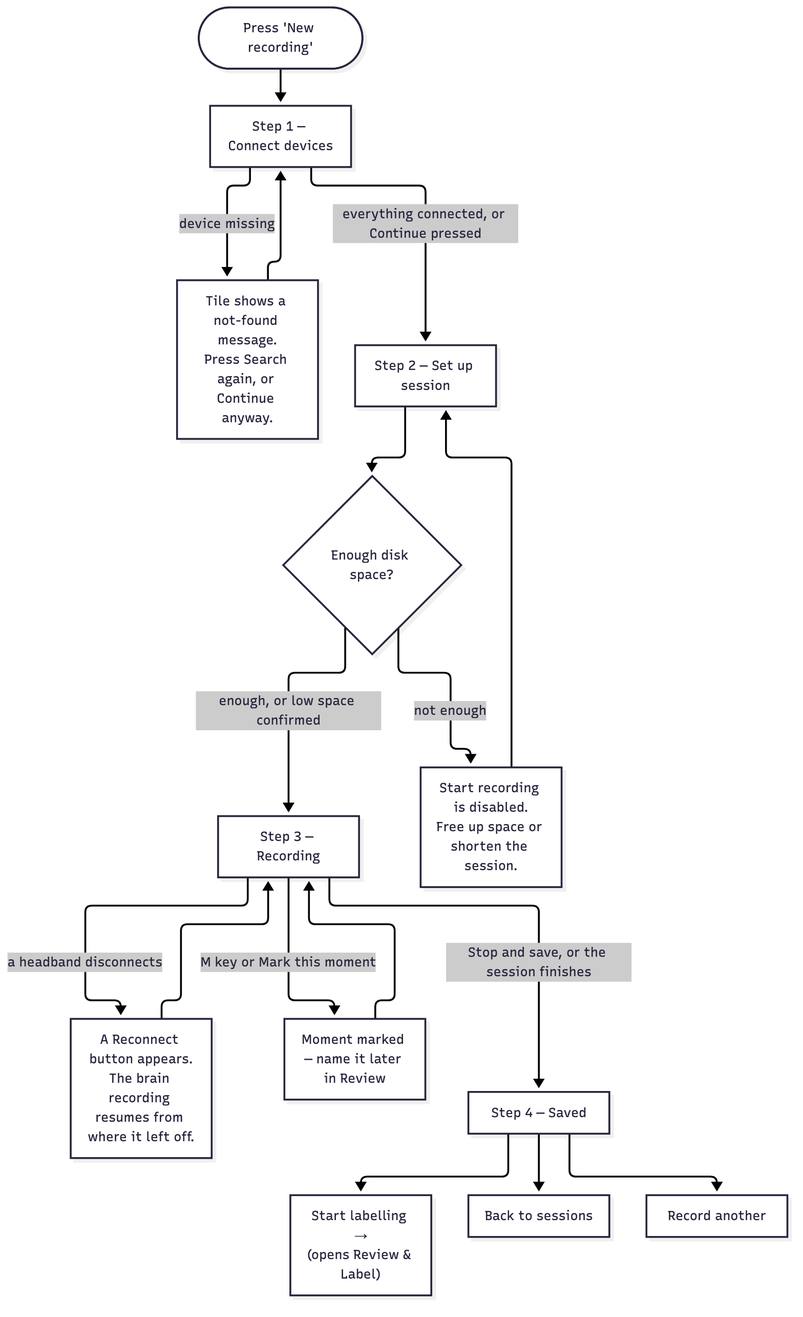
The Mermaid diagram docs/diagrams/new-recording-flow.png in mohammadabdullahkhurram/Brain-Battle-Phase-3, before a commit. Its source is kept beside it as docs/diagrams/new-recording-flow.mmd.
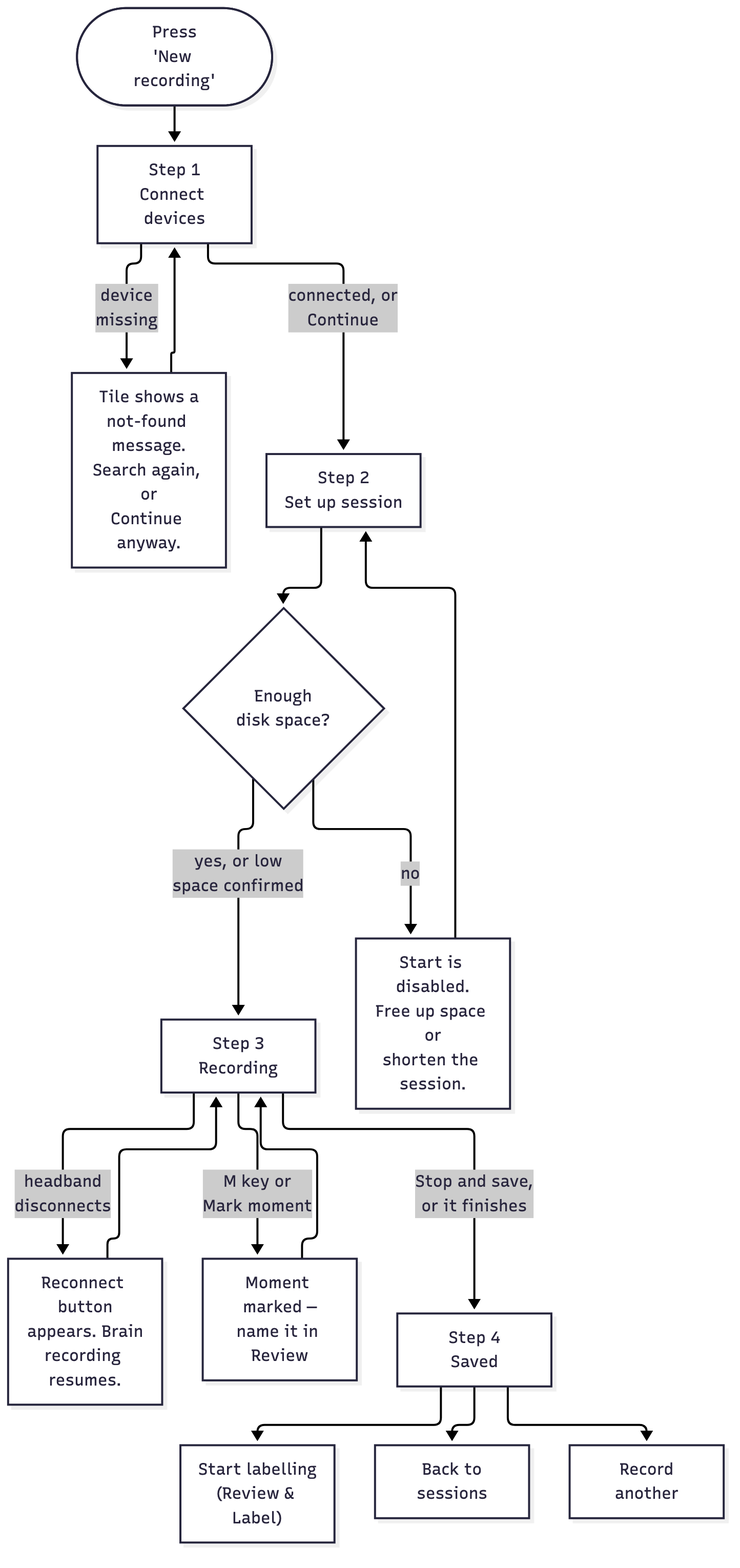
Later version of the same file.

What changed in the source:
```diff
@@ -1,17 +1,18 @@
+%%{init: {'themeVariables': {'fontSize': '16px'}}}%%
 flowchart TD
-    Start(["Press 'New recording'"]) --> Connect["Step 1 — Connect devices"]
-    Connect -->|"device missing"| ConnectWarn["Tile shows a not-found message.\nPress Search again, or Continue anyway."]
+    Start(["Press<br/>'New recording'"]) --> Connect["Step 1<br/>Connect devices"]
+    Connect -->|"device<br/>missing"| ConnectWarn["Tile shows a<br/>not-found message.<br/>Search again, or<br/>Continue anyway."]
     ConnectWarn --> Connect
-    Connect -->|"everything connected, or Continue pressed"| Setup["Step 2 — Set up session"]
-    Setup --> Disk{"Enough disk space?"}
-    Disk -->|"not enough"| DiskBlock["Start recording is disabled.\nFree up space or shorten the session."]
+    Connect -->|"connected, or<br/>Continue"| Setup["Step 2<br/>Set up session"]
+    Setup --> Disk{"Enough<br/>disk space?"}
+    Disk -->|"no"| DiskBlock["Start is disabled.<br/>Free up space or<br/>shorten the session."]
     DiskBlock --> Setup
-    Disk -->|"enough, or low space confirmed"| Record["Step 3 — Recording"]
-    Record -->|"a headband disconnects"| Reconnect["A Reconnect button appears.\nThe brain recording resumes from where it left off."]
+    Disk -->|"yes, or low<br/>space confirmed"| Record["Step 3<br/>Recording"]
+    Record -->|"headband<br/>disconnects"| Reconnect["Reconnect button<br/>appears. Brain<br/>recording resumes."]
     Reconnect --> Record
-    Record -->|"M key or Mark this moment"| Moment["Moment marked — name it later in Review"]
+    Record -->|"M key or<br/>Mark moment"| Moment["Moment marked —<br/>name it in Review"]
     Moment --> Record
-    Record -->|"Stop and save, or the session finishes"| Saved["Step 4 — Saved"]
-    Saved --> Label["Start labelling →\n(opens Review & Label)"]
-    Saved --> Sessions["Back to sessions"]
-    Saved --> Another["Record another"]
+    Record -->|"Stop and save,<br/>or it finishes"| Saved["Step 4<br/>Saved"]
+    Saved --> Label["Start labelling<br/>(Review &amp; Label)"]
+    Saved --> Sessions["Back to<br/>sessions"]
+    Saved --> Another["Record<br/>another"]
```
